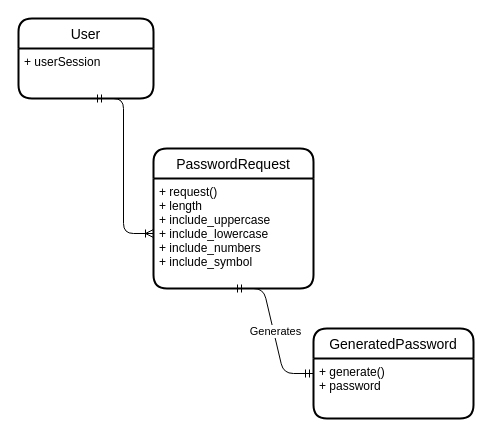
tottinguyen1/team2_pass_generator keeps this draw.io diagram as erd.drawio. Above is the earlier version. Source tidied: cells renumbered, new cells numbered last; positions are measured from the earlier drawing's top-left corner, leaving out a move shared by most shapes. Both pictures are drawn from the tidied source at 100%, with x=0, y=0 at pixel (18, 18).
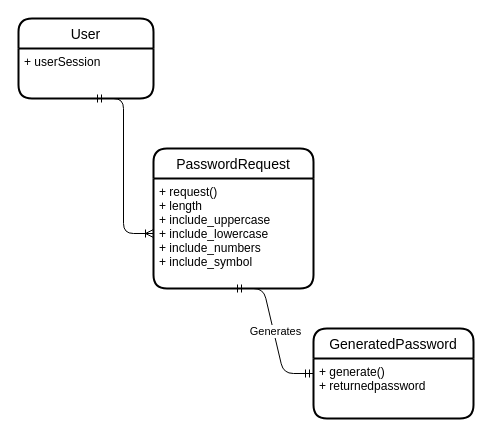
The same diagram, later.

Commit message:
fixed typo on ERD

The edit, as a diff of the source:
```diff
@@
 <mxGraphModel>
   <root>
     <mxCell id="0" />
     <mxCell id="1" parent="0" />
     <mxCell id="2" value="PasswordRequest" style="swimlane;horizontal=1;startSize=30;rounded=1;fontSize=14;fontStyle=0;strokeWidth=2;shadow=0;dashed=0;align=center;" parent="1" vertex="1">
       <mxGeometry x="135" y="130" width="160" height="140" as="geometry" />
     </mxCell>
     <mxCell id="3" value="+ request()&#10;+ length&#10;+ include_uppercase&#10;+ include_lowercase&#10;+ include_numbers&#10;+ include_symbol" style="align=left;strokeColor=none;fillColor=none;spacingLeft=4;fontSize=12;verticalAlign=top;fontStyle=0;" parent="2" vertex="1">
       <mxGeometry y="30" width="160" height="110" as="geometry" />
     </mxCell>
     <mxCell id="4" value="GeneratedPassword" style="swimlane;horizontal=1;startSize=30;rounded=1;fontSize=14;fontStyle=0;strokeWidth=2;shadow=0;dashed=0;align=center;" parent="1" vertex="1">
       <mxGeometry x="295" y="310" width="160" height="90" as="geometry" />
     </mxCell>
-    <mxCell id="5" value="+ generate()&#10;+ password" style="align=left;strokeColor=none;fillColor=none;spacingLeft=4;fontSize=12;verticalAlign=top;" parent="4" vertex="1">
+    <mxCell id="5" value="+ generate()&#10;+ returnedpassword" style="align=left;strokeColor=none;fillColor=none;spacingLeft=4;fontSize=12;verticalAlign=top;" parent="4" vertex="1">
       <mxGeometry y="30" width="160" height="60" as="geometry" />
     </mxCell>
     <mxCell id="6" style="edgeStyle=entityRelationEdgeStyle;fontSize=12;html=1;endArrow=ERmandOne;startArrow=ERmandOne;entryX=0;entryY=0.25;entryDx=0;entryDy=0;exitX=0.5;exitY=1;exitDx=0;exitDy=0;" parent="1" edge="1" source="3" target="5">
       <mxGeometry relative="1" as="geometry" />
     </mxCell>
     <mxCell id="7" value="Generates" style="edgeLabel;html=1;align=center;verticalAlign=middle;" parent="6" vertex="1">
       <mxGeometry y="1" relative="1" as="geometry" />
     </mxCell>
     <mxCell id="8" style="edgeStyle=entityRelationEdgeStyle;fontSize=12;html=1;endArrow=ERoneToMany;startArrow=ERmandOne;" parent="1" edge="1" target="3">
       <mxGeometry relative="1" as="geometry">
         <mxPoint x="75" y="80" as="sourcePoint" />
       </mxGeometry>
     </mxCell>
     <mxCell id="9" value="User" style="swimlane;horizontal=1;startSize=30;rounded=1;fontSize=14;fontStyle=0;strokeWidth=2;shadow=0;dashed=0;align=center;" parent="1" vertex="1">
       <mxGeometry width="135" height="80" as="geometry" />
     </mxCell>
     <mxCell id="10" value="+ userSession&#10;" style="align=left;strokeColor=none;fillColor=none;spacingLeft=4;fontSize=12;verticalAlign=top;fontStyle=0;" parent="9" vertex="1">
       <mxGeometry y="30" width="135" height="50" as="geometry" />
     </mxCell>
   </root>
 </mxGraphModel>
```
